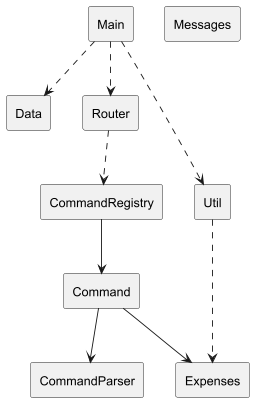
The PlantUML diagram docs/images/ArchitectureOverview.png in randust/tp, before a commit.
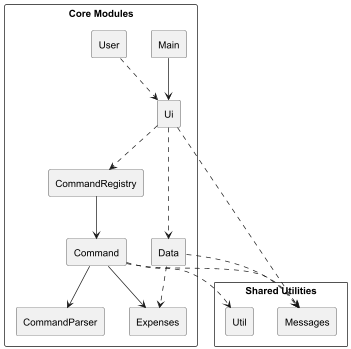
The same file after the commit.

Commit message:
Improve clarity on architecture diagram

What changed in the source:
```diff
@@ -2,23 +2,34 @@
 skinparam componentStyle rectangle
 skinparam packageStyle rect
 
-[Main]
-[Command]
-[CommandRegistry]
-[CommandParser]
-[Data]
-[Router]
-[Expenses]
-[Util]
-[Messages]
+package "Core Modules" {
+  [Main]
+  [Ui]
+  [User]
+  [Command]
+  [CommandRegistry]
+  [CommandParser]
+  [Data]
+  [Expenses]
+}
 
-[Main] ..> [Router]
-[Main] ..> [Data]
-[Main] ..> [Util]
-[Util] ..> [Expenses]
-[Router] ..> [CommandRegistry]
+package "Shared Utilities" {
+  [Util]
+  [Messages]
+}
+
+[User] ..> [Ui]
+[Main] --> [Ui]
+[Ui] ..> [Data]
+[Data] ..> [Expenses]
+[Ui] ..> [CommandRegistry]
 [CommandRegistry] --> [Command]
 [Command] --> [CommandParser]
 [Command] --> [Expenses]
 
+[Ui] ..> [Messages]
+[Command] ..> [Util]
+[Command] ..> [Messages]
+[Data] ..> [Messages]
+
 @enduml
```
